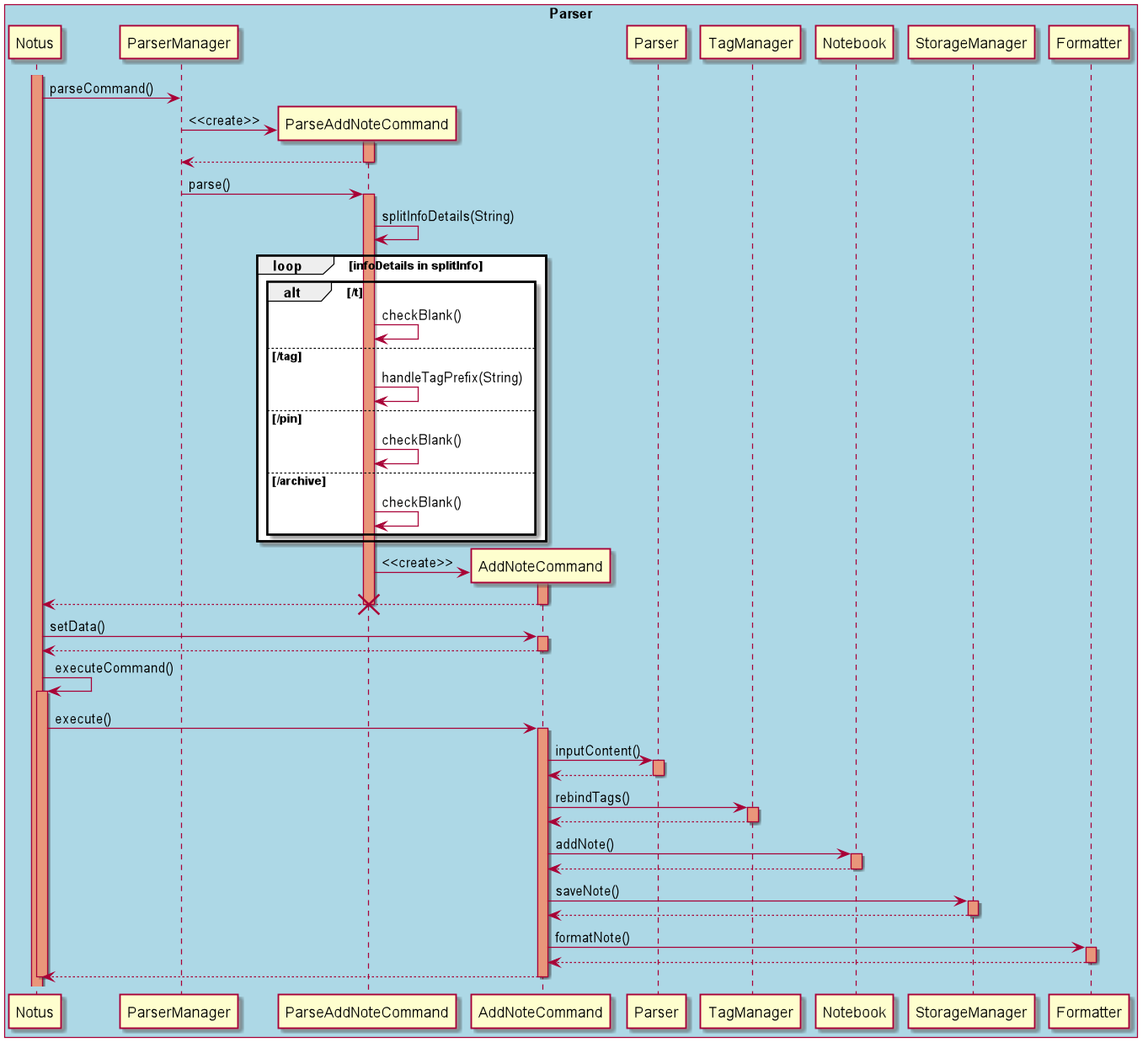
Above: docs/diagrams/out/AddNote_Sequence.png in nus-cs2113-AY2021S1/tp (PlantUML), before the change.
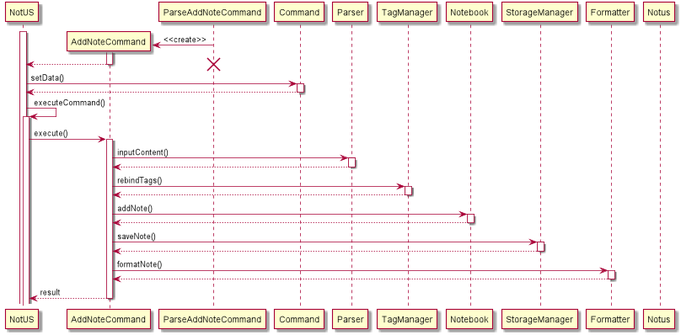
Later version of the same file.

Commit message:
Update *UG commands *UG notebook diagram and overloaded functions *Addnote sequence clean up *Pincommand NotUS position

Diff of the diagram source:
```diff
@@ -1,84 +1,56 @@
 @startuml
-box "Parser" #LightBlue
 
-activate Notus #DarkSalmon
-Notus -> ParserManager: parseCommand()
-
-create ParseAddNoteCommand
-ParserManager -> ParseAddNoteCommand: <<create>>
-
-activate ParseAddNoteCommand #DarkSalmon
-ParseAddNoteCommand --> ParserManager
-deactivate ParseAddNoteCommand
-
-ParserManager -> ParseAddNoteCommand: parse()
-activate ParseAddNoteCommand #DarkSalmon
-ParseAddNoteCommand -> ParseAddNoteCommand: splitInfoDetails(String)
-
-loop infoDetails in splitInfo
-
-alt /t
-ParseAddNoteCommand -> ParseAddNoteCommand: checkBlank()
-
-else /tag
-ParseAddNoteCommand -> ParseAddNoteCommand: handleTagPrefix(String)
-
-else /pin
-ParseAddNoteCommand -> ParseAddNoteCommand: checkBlank()
-
-else /archive
-ParseAddNoteCommand -> ParseAddNoteCommand: checkBlank()
-
-end
-end
+activate NotUS
 
 create AddNoteCommand
+
 ParseAddNoteCommand -> AddNoteCommand: <<create>>
 
-activate AddNoteCommand #DarkSalmon
-AddNoteCommand --> Notus
+activate AddNoteCommand
+AddNoteCommand --> NotUS
 deactivate AddNoteCommand
 
 deactivate ParseAddNoteCommand
 
 destroy ParseAddNoteCommand
 
-Notus -> AddNoteCommand: setData()
+NotUS -> Command: setData()
 
-activate AddNoteCommand #DarkSalmon
-AddNoteCommand --> Notus
-deactivate AddNoteCommand
+activate Command
+Command --> NotUS
+deactivate Command
 
-Notus -> Notus: executeCommand()
-activate Notus #DarkSalmon
-Notus -> AddNoteCommand: execute()
+NotUS -> NotUS: executeCommand()
+activate NotUS
+NotUS -> AddNoteCommand: execute()
 
-activate AddNoteCommand #DarkSalmon
+activate AddNoteCommand
 AddNoteCommand -> Parser: inputContent()
-activate Parser #DarkSalmon
+activate Parser
 return
+
 deactivate Parser
 AddNoteCommand -> TagManager: rebindTags()
-activate TagManager #DarkSalmon
+activate TagManager
 return
 deactivate TagManager
 
 AddNoteCommand -> Notebook: addNote()
-activate Notebook #DarkSalmon
+activate Notebook
 return
 deactivate Notebook
 
 AddNoteCommand -> StorageManager: saveNote()
-activate StorageManager #DarkSalmon
+activate StorageManager
 return
 deactivate StorageManager
 
 AddNoteCommand -> Formatter: formatNote()
-activate Formatter #DarkSalmon
+activate Formatter
 return
 deactivate Formatter
 
-AddNoteCommand --> Notus
+AddNoteCommand --> NotUS: result
 deactivate AddNoteCommand
 
 deactivate Notus
```
